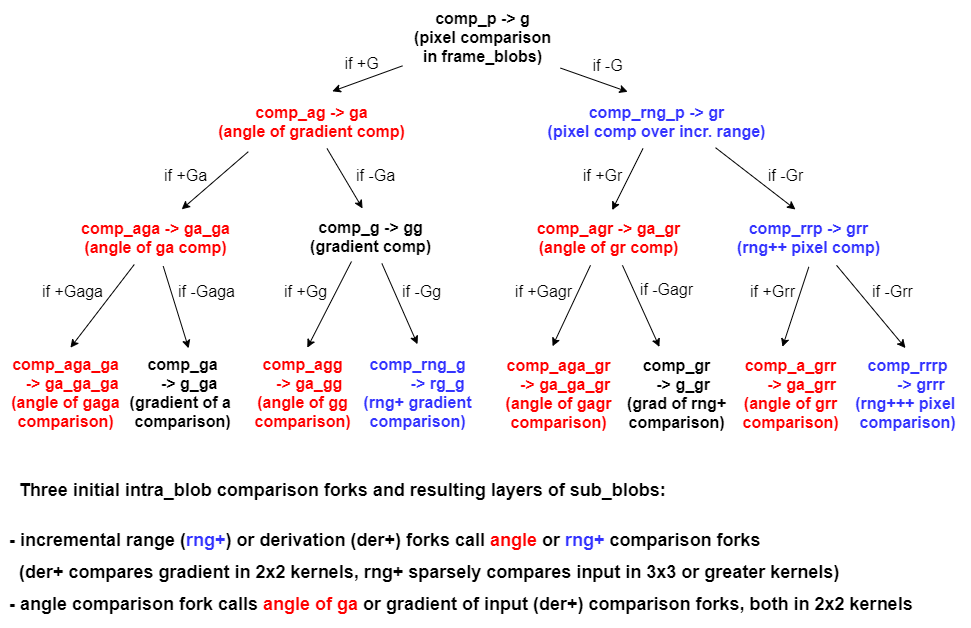
The draw.io diagram frame_2D_alg/Illustrations/intra_blob_forking_scheme.png in boris-kz/CogAlg, before a commit. Source tidied: cells renumbered, new cells last; positions are measured from the earlier drawing's top-left corner, leaving out a move shared by most shapes.
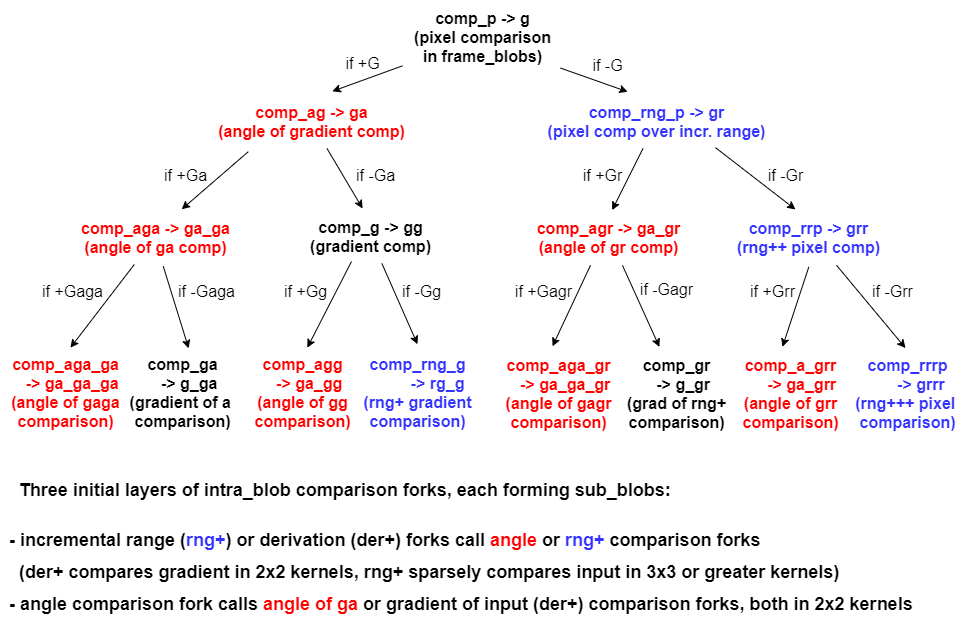
After the change.

Change to the diagram source:
```diff
@@ -99,7 +99,7 @@
     <mxCell id="31" value="&lt;b style=&quot;font-size: 16px&quot;&gt;&lt;font style=&quot;font-size: 16px&quot;&gt;&lt;span style=&quot;font-size: 16px ; background-color: rgb(255 , 255 , 255)&quot;&gt;&lt;font color=&quot;#3333ff&quot;&gt;comp_rrrp&lt;br&gt;&amp;nbsp; &amp;nbsp; &amp;nbsp; -&amp;gt; grrr&lt;br style=&quot;font-size: 16px&quot;&gt;(&lt;/font&gt;&lt;/span&gt;&lt;/font&gt;&lt;/b&gt;&lt;b&gt;&lt;span style=&quot;background-color: rgb(255 , 255 , 255)&quot;&gt;&lt;font color=&quot;#3333ff&quot;&gt;rng+++&amp;nbsp;&lt;/font&gt;&lt;/span&gt;&lt;/b&gt;&lt;b style=&quot;font-size: 16px&quot;&gt;&lt;font style=&quot;font-size: 16px&quot;&gt;&lt;span style=&quot;font-size: 16px ; background-color: rgb(255 , 255 , 255)&quot;&gt;&lt;font color=&quot;#3333ff&quot;&gt;pixel&amp;nbsp;&lt;br&gt;comparison)&lt;br style=&quot;font-size: 16px&quot;&gt;&lt;/font&gt;&lt;/span&gt;&lt;br style=&quot;font-size: 16px&quot;&gt;&lt;/font&gt;&lt;/b&gt;" style="text;html=1;align=center;verticalAlign=middle;points=[];strokeWidth=1;fontSize=16;fontColor=#000000;spacing=6;" parent="1" vertex="1">
       <mxGeometry x="844" y="347" width="126" height="111" as="geometry" />
     </mxCell>
-    <mxCell id="32" value="&lt;p style=&quot;font-size: 18px&quot;&gt;&lt;b&gt;&lt;font style=&quot;font-size: 17px ; line-height: 180%&quot;&gt;&amp;nbsp;&lt;/font&gt;&lt;font style=&quot;line-height: 180% ; font-size: 18px&quot;&gt;&amp;nbsp;Three initial intra_blob comparison forks and resulting layers of sub_blobs:&amp;nbsp;&lt;/font&gt;&lt;/b&gt;&lt;/p&gt;&lt;b style=&quot;font-size: 18px&quot;&gt;&lt;font style=&quot;line-height: 180% ; font-size: 18px&quot;&gt;- incremental range (&lt;font color=&quot;#3333ff&quot;&gt;rng+&lt;/font&gt;) or derivation (&lt;font style=&quot;background-color: rgb(255 , 255 , 255)&quot;&gt;der+&lt;/font&gt;) forks call&amp;nbsp;&lt;font style=&quot;background-color: rgb(255 , 255 , 255)&quot; color=&quot;#ff0000&quot;&gt;angle&amp;nbsp;&lt;/font&gt;or&amp;nbsp;&lt;span style=&quot;background-color: rgb(255 , 255 , 255)&quot;&gt;&lt;font color=&quot;#3333ff&quot;&gt;rng+&lt;/font&gt;&lt;/span&gt;&lt;span style=&quot;background-color: rgb(255 , 255 , 255)&quot;&gt;&lt;span&gt;&amp;nbsp;comparison forks&lt;br&gt;&amp;nbsp; (der+ compares gradient in 2x2 kernels, rng+ sparsely compares input in 3x3 or greater kernels)&amp;nbsp;&lt;br&gt;&lt;/span&gt;&lt;/span&gt;- angle comparison fork calls&amp;nbsp;&lt;font color=&quot;#ff0000&quot; style=&quot;background-color: rgb(255 , 255 , 255)&quot;&gt;angle of ga&lt;/font&gt;&amp;nbsp;or&amp;nbsp;&lt;span style=&quot;background-color: rgb(255 , 255 , 255)&quot;&gt;gradient of input (der+)&lt;/span&gt;&amp;nbsp;comparison forks, both in 2x2 kernels&lt;/font&gt;&lt;/b&gt;" style="text;html=1;align=left;verticalAlign=middle;fontSize=16;fontColor=#000000;spacing=6;" parent="1" vertex="1">
+    <mxCell id="32" value="&lt;p style=&quot;font-size: 18px&quot;&gt;&lt;b&gt;&lt;font style=&quot;font-size: 17px ; line-height: 180%&quot;&gt;&amp;nbsp;&lt;/font&gt;&lt;font style=&quot;line-height: 180% ; font-size: 18px&quot;&gt;&amp;nbsp;Three initial layers of intra_blob comparison forks, each forming sub_blobs:&amp;nbsp;&lt;/font&gt;&lt;/b&gt;&lt;/p&gt;&lt;b style=&quot;font-size: 18px&quot;&gt;&lt;font style=&quot;line-height: 180% ; font-size: 18px&quot;&gt;- incremental range (&lt;font color=&quot;#3333ff&quot;&gt;rng+&lt;/font&gt;) or derivation (&lt;font style=&quot;background-color: rgb(255 , 255 , 255)&quot;&gt;der+&lt;/font&gt;) forks call&amp;nbsp;&lt;font style=&quot;background-color: rgb(255 , 255 , 255)&quot; color=&quot;#ff0000&quot;&gt;angle&amp;nbsp;&lt;/font&gt;or&amp;nbsp;&lt;span style=&quot;background-color: rgb(255 , 255 , 255)&quot;&gt;&lt;font color=&quot;#3333ff&quot;&gt;rng+&lt;/font&gt;&lt;/span&gt;&lt;span style=&quot;background-color: rgb(255 , 255 , 255)&quot;&gt;&lt;span&gt;&amp;nbsp;comparison forks&lt;br&gt;&amp;nbsp; (der+ compares gradient in 2x2 kernels, rng+ sparsely compares input in 3x3 or greater kernels)&amp;nbsp;&lt;br&gt;&lt;/span&gt;&lt;/span&gt;- angle comparison fork calls&amp;nbsp;&lt;font color=&quot;#ff0000&quot; style=&quot;background-color: rgb(255 , 255 , 255)&quot;&gt;angle of ga&lt;/font&gt;&amp;nbsp;or&amp;nbsp;&lt;span style=&quot;background-color: rgb(255 , 255 , 255)&quot;&gt;gradient of input (der+)&lt;/span&gt;&amp;nbsp;comparison forks, both in 2x2 kernels&lt;/font&gt;&lt;/b&gt;" style="text;html=1;align=left;verticalAlign=middle;fontSize=16;fontColor=#000000;spacing=6;" parent="1" vertex="1">
       <mxGeometry x="3" y="447" width="926" height="180" as="geometry" />
     </mxCell>
     <mxCell id="33" value="if -G" style="text;html=1;align=center;verticalAlign=middle;fontSize=16;" parent="1" vertex="1">
```
